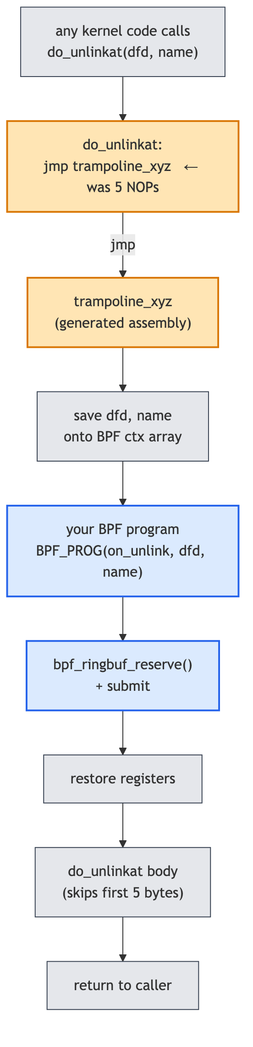
Earlier version of the Mermaid export ebpf/src/diagrams/day01_trampoline_flow.png (biefy/books). Its source is kept beside it as ebpf/src/diagrams/src/day01_trampoline_flow.mmd.
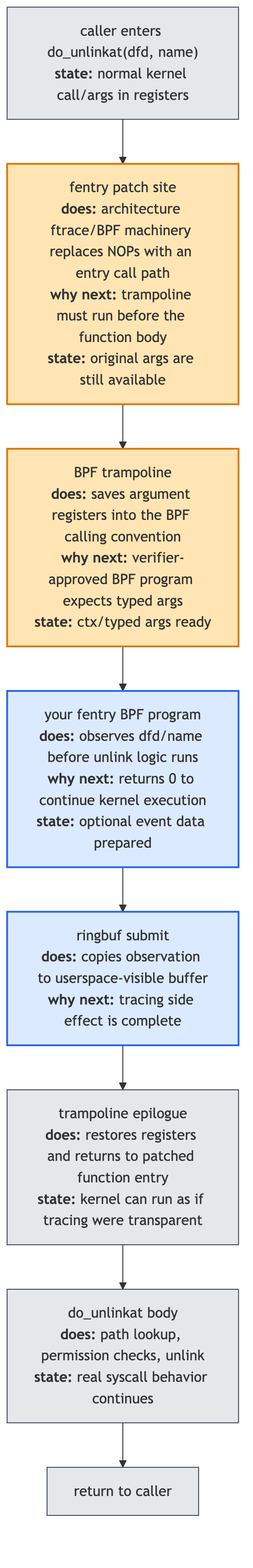
The same diagram one commit later.

Diff of the diagram source:
```diff
@@ -1,26 +1,18 @@
 flowchart TD
-    CALLER["any kernel code calls<br/>do_unlinkat(dfd, name)"]
-    PATCHED["do_unlinkat:<br/>jmp trampoline_xyz   ← was 5 NOPs"]
-    TRAMP["trampoline_xyz<br/>(generated assembly)"]
-    SAVE["save dfd, name<br/>onto BPF ctx array"]
-    BPF["your BPF program<br/>BPF_PROG(on_unlink, dfd, name)"]
-    RING["bpf_ringbuf_reserve()<br/>+ submit"]
-    RESTORE["restore registers"]
-    BODY["do_unlinkat body<br/>(skips first 5 bytes)"]
+    CALLER["caller enters do_unlinkat(dfd, name)<br/><b>state:</b> normal kernel call/args in registers"]
+    PATCH["fentry patch site<br/><b>does:</b> architecture ftrace/BPF machinery replaces NOPs with an entry call path<br/><b>why next:</b> trampoline must run before the function body<br/><b>state:</b> original args are still available"]
+    TRAMP["BPF trampoline<br/><b>does:</b> saves argument registers into the BPF calling convention<br/><b>why next:</b> verifier-approved BPF program expects typed args<br/><b>state:</b> ctx/typed args ready"]
+    BPF["your fentry BPF program<br/><b>does:</b> observes dfd/name before unlink logic runs<br/><b>why next:</b> returns 0 to continue kernel execution<br/><b>state:</b> optional event data prepared"]
+    RING["ringbuf submit<br/><b>does:</b> copies observation to userspace-visible buffer<br/><b>why next:</b> tracing side effect is complete"]
+    RESTORE["trampoline epilogue<br/><b>does:</b> restores registers and returns to patched function entry<br/><b>state:</b> kernel can run as if tracing were transparent"]
+    BODY["do_unlinkat body<br/><b>does:</b> path lookup, permission checks, unlink<br/><b>state:</b> real syscall behavior continues"]
     RET["return to caller"]
 
-    CALLER --> PATCHED
-    PATCHED -->|"jmp"| TRAMP
-    TRAMP --> SAVE
-    SAVE --> BPF
-    BPF --> RING
-    RING --> RESTORE
-    RESTORE --> BODY
-    BODY --> RET
+    CALLER --> PATCH --> TRAMP --> BPF --> RING --> RESTORE --> BODY --> RET
 
     classDef hot fill:#ffe5b4,stroke:#d97706,stroke-width:2px
     classDef bpf fill:#dbeafe,stroke:#2563eb,stroke-width:2px
     classDef kern fill:#e5e7eb,stroke:#374151,stroke-width:1px
-    class PATCHED,TRAMP hot
+    class PATCH,TRAMP hot
     class BPF,RING bpf
-    class CALLER,SAVE,RESTORE,BODY,RET kern
+    class CALLER,RESTORE,BODY,RET kern
```
